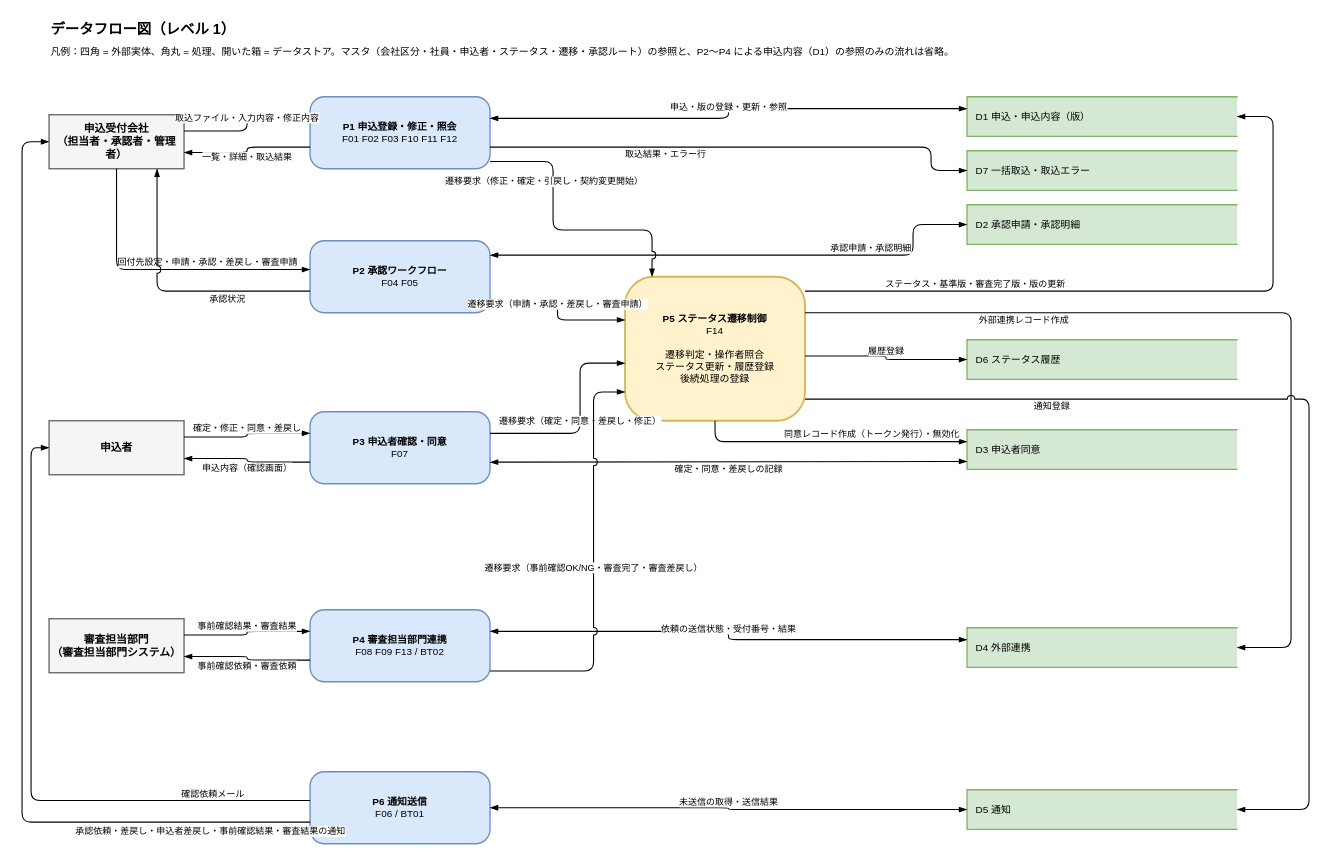
The draw.io diagram docs/diagrams/dfd.drawio in yasudaProduct/JavaServletSample2, before the edit. Source tidied: cells renumbered, new cells numbered last; positions are measured from the earlier drawing's top-left corner, leaving out a move shared by most shapes. Both pictures are drawn from the tidied source at 90%, with x=0, y=0 at pixel (22, 15).
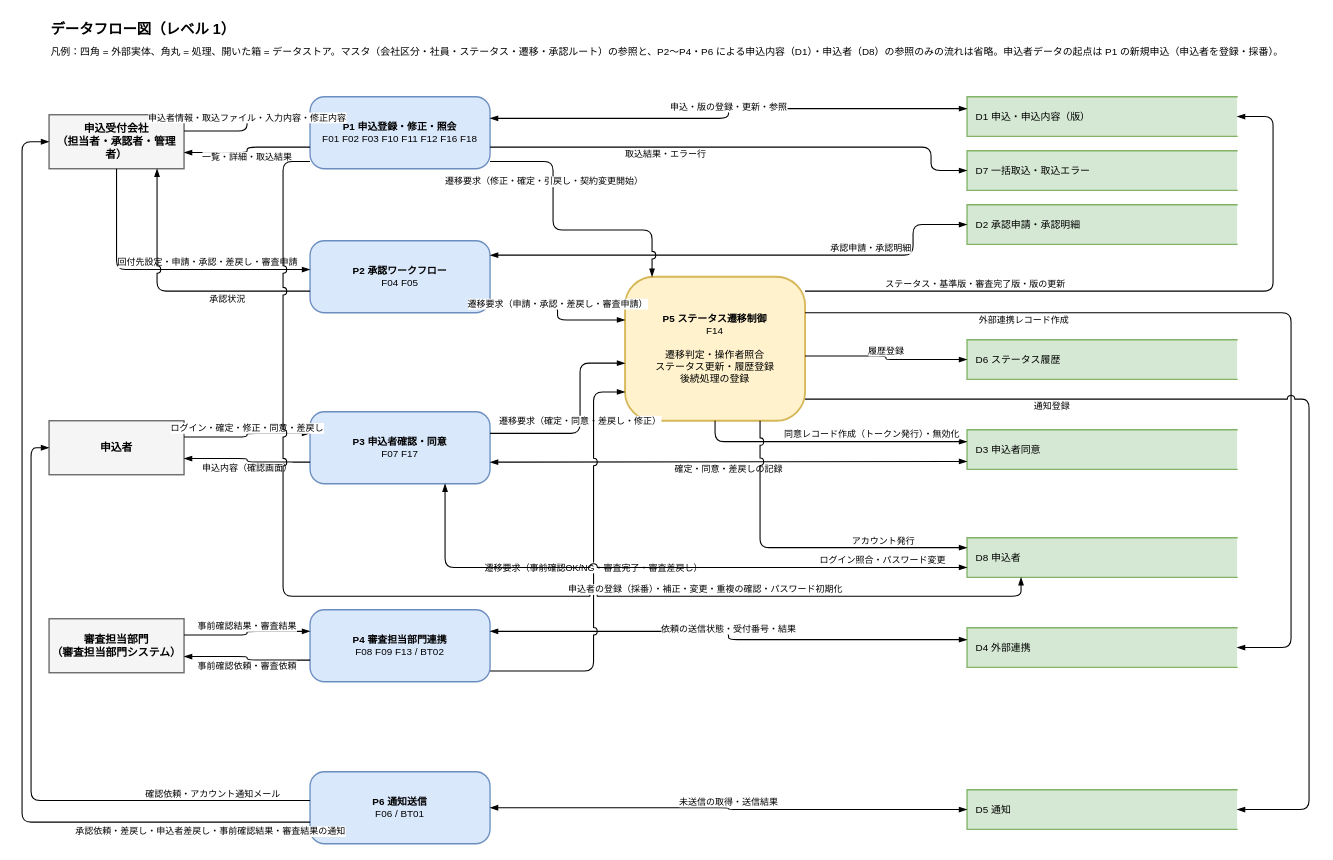
Above is the later version.

The change refers to these unchanged cells:
```xml
<mxCell id="4" value="申込受付会社&lt;br&gt;（担当者・承認者・管理者）" style="rounded=0;whiteSpace=wrap;html=1;fillColor=#f5f5f5;strokeColor=#666666;fontStyle=1;fontSize=12;strokeWidth=1.5;" parent="1" vertex="1">
  <mxGeometry x="30" y="110" width="150" height="60" as="geometry" />
</mxCell>
<mxCell id="5" value="申込者" style="rounded=0;whiteSpace=wrap;html=1;fillColor=#f5f5f5;strokeColor=#666666;fontStyle=1;fontSize=12;strokeWidth=1.5;" parent="1" vertex="1">
  <mxGeometry x="30" y="450" width="150" height="60" as="geometry" />
</mxCell>
<mxCell id="11" value="&lt;b&gt;P6 通知送信&lt;/b&gt;&lt;br&gt;F06 / BT01" style="rounded=1;whiteSpace=wrap;html=1;fillColor=#dae8fc;strokeColor=#6c8ebf;fontSize=11;strokeWidth=1.5;arcSize=20;" parent="1" vertex="1">
  <mxGeometry x="320" y="840" width="200" height="80" as="geometry" />
</mxCell>
<mxCell id="12" value="&lt;b&gt;P5 ステータス遷移制御&lt;/b&gt;&lt;br&gt;F14&lt;br&gt;&lt;br&gt;遷移判定・操作者照合&lt;br&gt;ステータス更新・履歴登録&lt;br&gt;後続処理の登録" style="rounded=1;whiteSpace=wrap;html=1;fillColor=#fff2cc;strokeColor=#d6b656;fontSize=11;strokeWidth=2;arcSize=20;" parent="1" vertex="1">
  <mxGeometry x="670" y="290" width="200" height="160" as="geometry" />
</mxCell>
```

Diff of the diagram source:
```diff
@@
-    <mxCell id="3" value="凡例：四角 = 外部実体、角丸 = 処理、開いた箱 = データストア。マスタ（会社区分・社員・申込者・ステータス・遷移・承認ルート）の参照と、P2〜P4 による申込内容（D1）の参照のみの流れは省略。" style="text;html=1;align=left;verticalAlign=middle;fontSize=11;" parent="1" vertex="1">
+    <mxCell id="3" value="凡例：四角 = 外部実体、角丸 = 処理、開いた箱 = データストア。マスタ（会社区分・社員・ステータス・遷移・承認ルート）の参照と、P2〜P4・P6 による申込内容（D1）・申込者（D8）の参照のみの流れは省略。申込者データの起点は P1 の新規申込（申込者を登録・採番）。" style="text;html=1;align=left;verticalAlign=middle;fontSize=11;" parent="1" vertex="1">
       <mxGeometry x="30" y="30" width="1300" height="20" as="geometry" />
     </mxCell>
@@
-    <mxCell id="7" value="&lt;b&gt;P1 申込登録・修正・照会&lt;/b&gt;&lt;br&gt;F01 F02 F03 F10 F11 F12" style="rounded=1;whiteSpace=wrap;html=1;fillColor=#dae8fc;strokeColor=#6c8ebf;fontSize=11;strokeWidth=1.5;arcSize=20;" parent="1" vertex="1">
+    <mxCell id="7" value="&lt;b&gt;P1 申込登録・修正・照会&lt;/b&gt;&lt;br&gt;F01 F02 F03 F10 F11 F12 F16 F18" style="rounded=1;whiteSpace=wrap;html=1;fillColor=#dae8fc;strokeColor=#6c8ebf;fontSize=11;strokeWidth=1.5;arcSize=20;" parent="1" vertex="1">
       <mxGeometry x="320" y="90" width="200" height="80" as="geometry" />
     </mxCell>
@@
-    <mxCell id="9" value="&lt;b&gt;P3 申込者確認・同意&lt;/b&gt;&lt;br&gt;F07" style="rounded=1;whiteSpace=wrap;html=1;fillColor=#dae8fc;strokeColor=#6c8ebf;fontSize=11;strokeWidth=1.5;arcSize=20;" parent="1" vertex="1">
+    <mxCell id="9" value="&lt;b&gt;P3 申込者確認・同意&lt;/b&gt;&lt;br&gt;F07 F17" style="rounded=1;whiteSpace=wrap;html=1;fillColor=#dae8fc;strokeColor=#6c8ebf;fontSize=11;strokeWidth=1.5;arcSize=20;" parent="1" vertex="1">
       <mxGeometry x="320" y="440" width="200" height="80" as="geometry" />
     </mxCell>
@@
-    <mxCell id="20" value="取込ファイル・入力内容・修正内容" style="edgeStyle=orthogonalEdgeStyle;rounded=1;html=1;fontSize=10;strokeWidth=1.2;endArrow=blockThin;endFill=1;labelBackgroundColor=#ffffff;jumpStyle=arc;jumpSize=8;exitX=1;exitY=0.3;exitDx=0;exitDy=0;entryX=0;entryY=0.3;entryDx=0;entryDy=0;" parent="1" edge="1" source="4" target="7">
+    <mxCell id="20" value="申込者情報・取込ファイル・入力内容・修正内容" style="edgeStyle=orthogonalEdgeStyle;rounded=1;html=1;fontSize=10;strokeWidth=1.2;endArrow=blockThin;endFill=1;labelBackgroundColor=#ffffff;jumpStyle=arc;jumpSize=8;exitX=1;exitY=0.3;exitDx=0;exitDy=0;entryX=0;entryY=0.3;entryDx=0;entryDy=0;" parent="1" edge="1" source="4" target="7">
       <mxGeometry relative="1" as="geometry">
         <mxPoint y="-8" as="offset" />
       </mxGeometry>
     </mxCell>
@@
-    <mxCell id="24" value="確定・修正・同意・差戻し" style="edgeStyle=orthogonalEdgeStyle;rounded=1;html=1;fontSize=10;strokeWidth=1.2;endArrow=blockThin;endFill=1;labelBackgroundColor=#ffffff;jumpStyle=arc;jumpSize=8;exitX=1;exitY=0.3;exitDx=0;exitDy=0;entryX=0;entryY=0.3;entryDx=0;entryDy=0;" parent="1" edge="1" source="5" target="9">
+    <mxCell id="24" value="ログイン・確定・修正・同意・差戻し" style="edgeStyle=orthogonalEdgeStyle;rounded=1;html=1;fontSize=10;strokeWidth=1.2;endArrow=blockThin;endFill=1;labelBackgroundColor=#ffffff;jumpStyle=arc;jumpSize=8;exitX=1;exitY=0.3;exitDx=0;exitDy=0;entryX=0;entryY=0.3;entryDx=0;entryDy=0;" parent="1" edge="1" source="5" target="9">
       <mxGeometry relative="1" as="geometry">
         <mxPoint y="-8" as="offset" />
       </mxGeometry>
     </mxCell>
@@
-    <mxCell id="28" value="確認依頼メール" style="edgeStyle=orthogonalEdgeStyle;rounded=1;html=1;fontSize=10;strokeWidth=1.2;endArrow=blockThin;endFill=1;labelBackgroundColor=#ffffff;jumpStyle=arc;jumpSize=8;exitX=0;exitY=0.4;exitDx=0;exitDy=0;entryX=0;entryY=0.5;entryDx=0;entryDy=0;" parent="1" edge="1" source="11" target="5">
+    <mxCell id="28" value="確認依頼・アカウント通知メール" style="edgeStyle=orthogonalEdgeStyle;rounded=1;html=1;fontSize=10;strokeWidth=1.2;endArrow=blockThin;endFill=1;labelBackgroundColor=#ffffff;jumpStyle=arc;jumpSize=8;exitX=0;exitY=0.4;exitDx=0;exitDy=0;entryX=0;entryY=0.5;entryDx=0;entryDy=0;" parent="1" edge="1" source="11" target="5">
       <mxGeometry x="-0.7" relative="1" as="geometry">
         <Array as="points">
           <mxPoint x="10" y="872" />
           <mxPoint x="10" y="480" />
         </Array>
         <mxPoint y="-8" as="offset" />
       </mxGeometry>
     </mxCell>
@@
+    <mxCell id="45" value="D8 申込者" style="shape=partialRectangle;whiteSpace=wrap;html=1;right=0;fillColor=#d5e8d4;strokeColor=#82b366;align=left;spacingLeft=8;fontSize=11;strokeWidth=1.5;" parent="1" vertex="1">
+      <mxGeometry x="1050" y="580" width="300" height="44" as="geometry" />
+    </mxCell>
+    <mxCell id="46" value="申込者の登録（採番）・補正・変更・重複の確認・パスワード初期化" style="edgeStyle=orthogonalEdgeStyle;rounded=1;html=1;fontSize=10;strokeWidth=1.2;endArrow=blockThin;endFill=1;labelBackgroundColor=#ffffff;jumpStyle=arc;jumpSize=8;exitX=0;exitY=0.9;exitDx=0;exitDy=0;entryX=0.2;entryY=1;entryDx=0;entryDy=0;" parent="1" edge="1" source="7" target="45">
+      <mxGeometry x="0.45" relative="1" as="geometry">
+        <Array as="points">
+          <mxPoint x="290" y="162" />
+          <mxPoint x="290" y="645" />
+          <mxPoint x="1110" y="645" />
+        </Array>
+        <mxPoint y="-8" as="offset" />
+      </mxGeometry>
+    </mxCell>
+    <mxCell id="47" value="ログイン照合・パスワード変更" style="edgeStyle=orthogonalEdgeStyle;rounded=1;html=1;fontSize=10;strokeWidth=1.2;endArrow=blockThin;endFill=1;labelBackgroundColor=#ffffff;jumpStyle=arc;jumpSize=8;startArrow=blockThin;startFill=1;exitX=0.75;exitY=1;exitDx=0;exitDy=0;entryX=0;entryY=0.75;entryDx=0;entryDy=0;" parent="1" edge="1" source="9" target="45">
+      <mxGeometry x="0.72" relative="1" as="geometry">
+        <Array as="points">
+          <mxPoint x="470" y="613" />
+        </Array>
+        <mxPoint y="-8" as="offset" />
+      </mxGeometry>
+    </mxCell>
+    <mxCell id="48" value="アカウント発行" style="edgeStyle=orthogonalEdgeStyle;rounded=1;html=1;fontSize=10;strokeWidth=1.2;endArrow=blockThin;endFill=1;labelBackgroundColor=#ffffff;jumpStyle=arc;jumpSize=8;exitX=0.75;exitY=1;exitDx=0;exitDy=0;entryX=0;entryY=0.25;entryDx=0;entryDy=0;" parent="1" edge="1" source="12" target="45">
+      <mxGeometry x="0.5" relative="1" as="geometry">
+        <Array as="points">
+          <mxPoint x="820" y="591" />
+        </Array>
+        <mxPoint y="-8" as="offset" />
+      </mxGeometry>
+    </mxCell>
```
